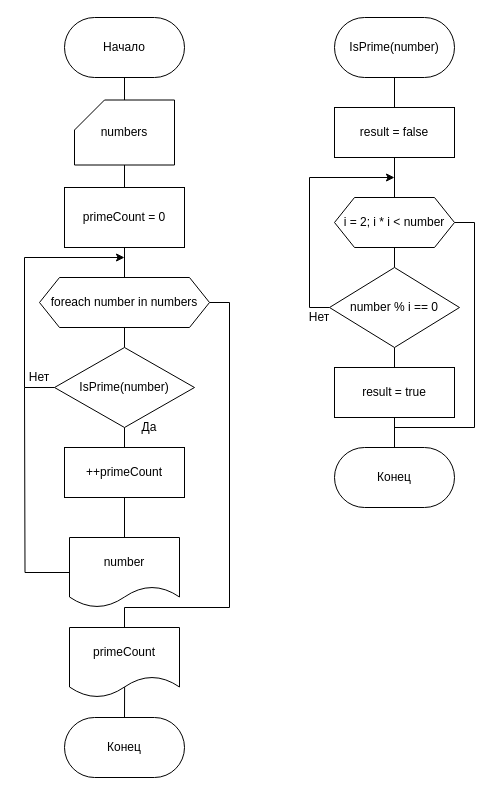
Earlier version of the draw.io diagram schemas/lab1.drawio (reddiridabl666/ICS6-C-Sharp). Source tidied: cells renumbered, new cells numbered last; positions are measured from the earlier drawing's top-left corner, leaving out a move shared by most shapes. Both pictures are drawn from the tidied source at 100%, with x=0, y=0 at pixel (24, 17).
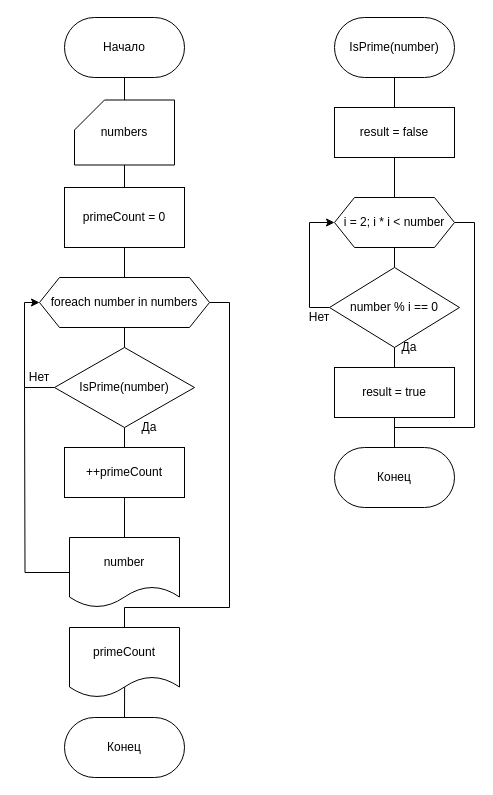
After the change.

The change refers to these unchanged cells:
```xml
<mxCell id="8" value="i = 2; i * i &amp;lt; number" style="shape=hexagon;perimeter=hexagonPerimeter2;whiteSpace=wrap;html=1;fixedSize=1;" parent="1" vertex="1">
  <mxGeometry x="310" y="180" width="120" height="50" as="geometry" />
</mxCell>
<mxCell id="12" value="number % i == 0" style="rhombus;whiteSpace=wrap;html=1;" parent="1" vertex="1">
  <mxGeometry x="305" y="250" width="130" height="80" as="geometry" />
</mxCell>
<mxCell id="25" value="foreach number in numbers" style="shape=hexagon;perimeter=hexagonPerimeter2;whiteSpace=wrap;html=1;fixedSize=1;" parent="1" vertex="1">
  <mxGeometry x="15" y="260" width="170" height="50" as="geometry" />
</mxCell>
<mxCell id="32" value="IsPrime(number)" style="rhombus;whiteSpace=wrap;html=1;" parent="1" vertex="1">
  <mxGeometry x="30" y="330" width="140" height="80" as="geometry" />
</mxCell>
```

Change to the diagram source:
```diff
@@
-    <mxCell id="11" style="edgeStyle=orthogonalEdgeStyle;rounded=0;jettySize=auto;html=1;exitX=0;exitY=0.5;exitDx=0;exitDy=0;" parent="1" edge="1" source="12">
+    <mxCell id="11" style="edgeStyle=orthogonalEdgeStyle;rounded=0;jettySize=auto;html=1;exitX=0;exitY=0.5;exitDx=0;exitDy=0;entryX=0;entryY=0.5;entryDx=0;entryDy=0;" parent="1" edge="1" source="12" target="8">
       <mxGeometry relative="1" as="geometry">
-        <mxPoint x="370" y="160" as="targetPoint" />
         <Array as="points">
           <mxPoint x="285" y="290" />
-          <mxPoint x="285" y="160" />
+          <mxPoint x="285" y="205" />
         </Array>
       </mxGeometry>
     </mxCell>
@@
-    <mxCell id="31" style="edgeStyle=orthogonalEdgeStyle;rounded=0;jettySize=auto;html=1;exitX=0;exitY=0.5;exitDx=0;exitDy=0;" parent="1" edge="1" source="32">
+    <mxCell id="31" style="edgeStyle=orthogonalEdgeStyle;rounded=0;jettySize=auto;html=1;exitX=0;exitY=0.5;exitDx=0;exitDy=0;entryX=0;entryY=0.5;entryDx=0;entryDy=0;" parent="1" edge="1" source="32" target="25">
       <mxGeometry relative="1" as="geometry">
-        <mxPoint x="100" y="240" as="targetPoint" />
         <Array as="points">
           <mxPoint y="370" />
-          <mxPoint y="240" />
+          <mxPoint y="285" />
         </Array>
       </mxGeometry>
     </mxCell>
@@
+    <mxCell id="37" value="Да" style="text;html=1;align=center;verticalAlign=middle;whiteSpace=wrap;rounded=0;" parent="1" vertex="1">
+      <mxGeometry x="370" y="320" width="30" height="20" as="geometry" />
+    </mxCell>
```
